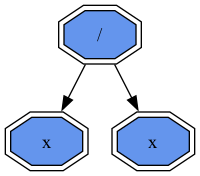
Earlier version of the Graphviz export original.png (Pave2005/differential). Its source is kept beside it as original.dot. Source of this version:
```dot
digraph G {
node [shape = record];
 6270057700  6270057700 [shape = doubleoctagon, style = filled, fillcolor = cornflowerblue  label = " / "];
6270057700 -> 6270057140
 6270057700 -> 6270057300
 6270057140 [shape = doubleoctagon, style = filled, fillcolor = cornflowerblue  label = " x "];
 6270057300 [shape = doubleoctagon, style = filled, fillcolor = cornflowerblue  label = " x "];
}
```
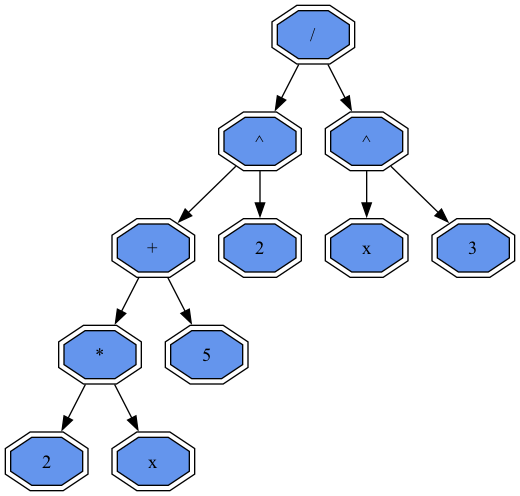
Later version of the same file.

The edit, as a diff of the source:
```diff
@@ -1,8 +1,24 @@
 digraph G {
 node [shape = record];
- 6270057700  6270057700 [shape = doubleoctagon, style = filled, fillcolor = cornflowerblue  label = " / "];
-6270057700 -> 6270057140
- 6270057700 -> 6270057300
- 6270057140 [shape = doubleoctagon, style = filled, fillcolor = cornflowerblue  label = " x "];
- 6270057300 [shape = doubleoctagon, style = filled, fillcolor = cornflowerblue  label = " x "];
+ 13330057700  13330057700 [shape = doubleoctagon, style = filled, fillcolor = cornflowerblue  label = " / "];
+13330057700 -> 13330057140
+ 13330057700 -> 13330056360
+ 13330057140 [shape = doubleoctagon, style = filled, fillcolor = cornflowerblue  label = " ^ "];
+13330057140 -> 13330057500
+ 13330057140 -> 13330056320
+ 13330057500 [shape = doubleoctagon, style = filled, fillcolor = cornflowerblue  label = " + "];
+13330057500 -> 13330057540
+ 13330057500 -> 13330056260
+ 13330057540 [shape = doubleoctagon, style = filled, fillcolor = cornflowerblue  label = " * "];
+13330057540 -> 13330057300
+ 13330057540 -> 13330057340
+ 13330057300 [shape = doubleoctagon, style = filled, fillcolor = cornflowerblue  label = " 2 "];
+ 13330057340 [shape = doubleoctagon, style = filled, fillcolor = cornflowerblue  label = " x "];
+ 13330056260 [shape = doubleoctagon, style = filled, fillcolor = cornflowerblue  label = " 5 "];
+ 13330056320 [shape = doubleoctagon, style = filled, fillcolor = cornflowerblue  label = " 2 "];
+ 13330056360 [shape = doubleoctagon, style = filled, fillcolor = cornflowerblue  label = " ^ "];
+13330056360 -> 13330056420
+ 13330056360 -> 13330056460
+ 13330056420 [shape = doubleoctagon, style = filled, fillcolor = cornflowerblue  label = " x "];
+ 13330056460 [shape = doubleoctagon, style = filled, fillcolor = cornflowerblue  label = " 3 "];
 }
```
